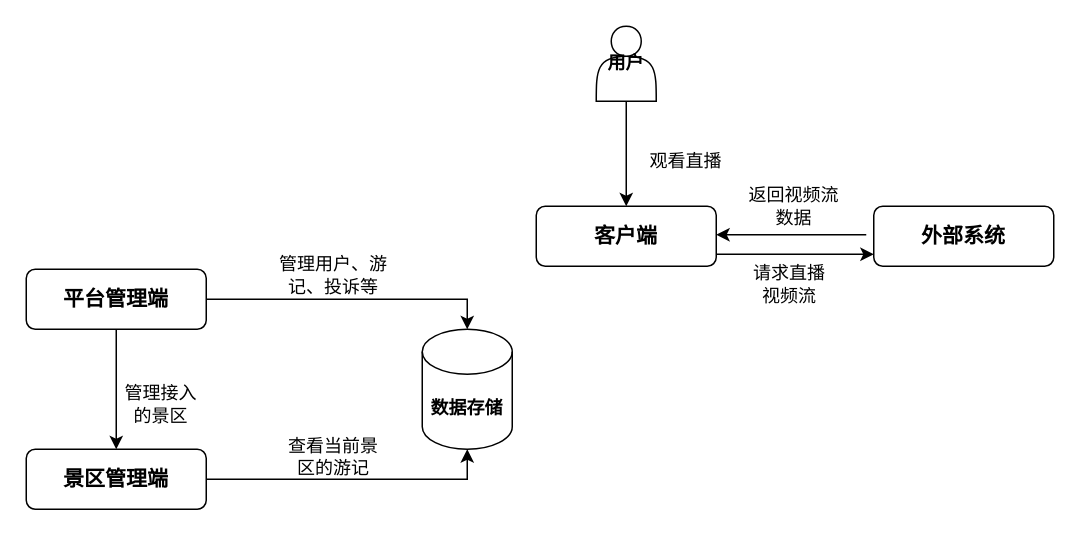
haycheng/draw.io keeps this draw.io diagram as 5G游记助手/游记助手系统数据流转.drawio. Above is the earlier version. Source tidied: cells renumbered, new cells numbered last; positions are measured from the earlier drawing's top-left corner, leaving out a move shared by most shapes. Both pictures are drawn from the tidied source at 150%, with x=0, y=0 at pixel (26, 26).
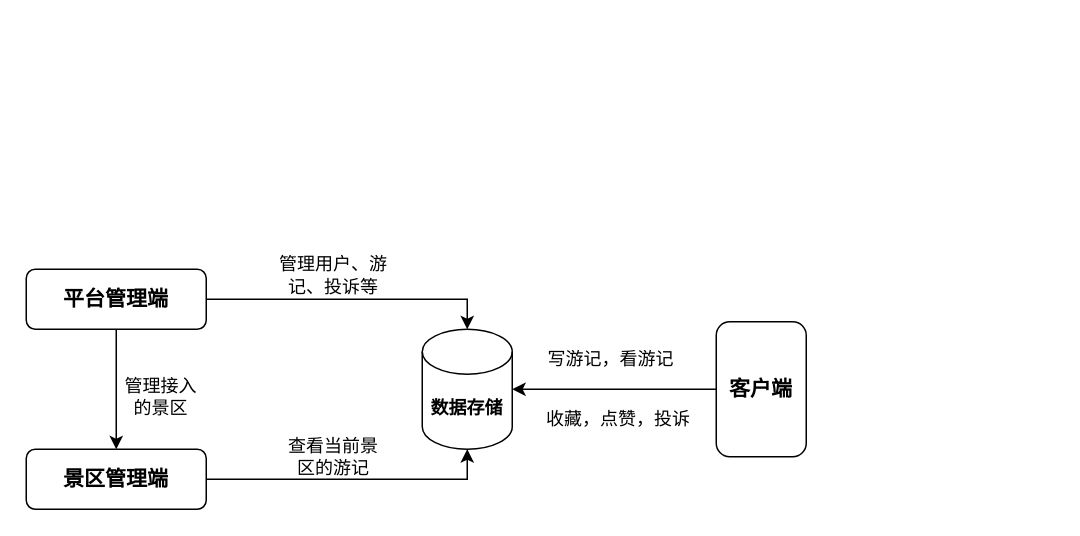
The same page after the edit.

Commit message (it also covers changes not shown here):
Update 游记助手系统数据流转.drawio

Unchanged cells that the change refers to:
```xml
<mxCell id="18" value="数据存储" style="shape=cylinder3;whiteSpace=wrap;html=1;boundedLbl=1;backgroundOutline=1;size=15;fontStyle=1;" parent="1" vertex="1">
  <mxGeometry x="264" y="202" width="60" height="80" as="geometry" />
</mxCell>
```

The edit, as a diff of the source:
```diff
@@
     <mxCell id="7" value="管理接入的景区" style="text;html=1;strokeColor=none;fillColor=none;align=center;verticalAlign=middle;whiteSpace=wrap;rounded=0;" parent="1" vertex="1">
-      <mxGeometry x="60" y="242" width="60" height="20" as="geometry" />
+      <mxGeometry x="60" y="237" width="60" height="20" as="geometry" />
     </mxCell>
-    <mxCell id="8" style="edgeStyle=orthogonalEdgeStyle;rounded=0;orthogonalLoop=1;jettySize=auto;html=1;entryX=0;entryY=0.5;entryDx=0;entryDy=0;" parent="1" edge="1">
-      <mxGeometry relative="1" as="geometry">
-        <mxPoint x="460" y="152" as="sourcePoint" />
-        <mxPoint x="565" y="152" as="targetPoint" />
-      </mxGeometry>
-    </mxCell>
+    <mxCell id="20" style="edgeStyle=orthogonalEdgeStyle;rounded=0;jettySize=auto;html=1;entryX=1;entryY=0.5;entryDx=0;entryDy=0;entryPerimeter=0;" parent="1" edge="1" source="9" target="18">
+      <mxGeometry relative="1" as="geometry" />
+    </mxCell>
     <mxCell id="9" value="&lt;font style=&quot;font-size: 14px&quot;&gt;客户端&lt;/font&gt;" style="rounded=1;whiteSpace=wrap;html=1;fontStyle=1;" parent="1" vertex="1">
-      <mxGeometry x="340" y="120" width="120" height="40" as="geometry" />
+      <mxGeometry x="460" y="197" width="60" height="90" as="geometry" />
     </mxCell>
@@
-    <mxCell id="11" style="edgeStyle=orthogonalEdgeStyle;rounded=0;jettySize=auto;html=1;entryX=0.5;entryY=0;entryDx=0;entryDy=0;" parent="1" edge="1" source="12" target="9">
-      <mxGeometry relative="1" as="geometry" />
-    </mxCell>
-    <mxCell id="12" value="&lt;b&gt;用户&lt;/b&gt;" style="shape=actor;whiteSpace=wrap;html=1;" parent="1" vertex="1">
-      <mxGeometry x="380" width="40" height="50" as="geometry" />
-    </mxCell>
-    <mxCell id="13" value="观看直播" style="text;html=1;strokeColor=none;fillColor=none;align=center;verticalAlign=middle;whiteSpace=wrap;rounded=0;" parent="1" vertex="1">
-      <mxGeometry x="410" y="80" width="60" height="20" as="geometry" />
-    </mxCell>
-    <mxCell id="14" value="&lt;font style=&quot;font-size: 14px&quot;&gt;外部系统&lt;/font&gt;" style="rounded=1;whiteSpace=wrap;html=1;fontStyle=1;" parent="1" vertex="1">
-      <mxGeometry x="565" y="120" width="120" height="40" as="geometry" />
-    </mxCell>
-    <mxCell id="15" value="请求直播视频流" style="text;html=1;strokeColor=none;fillColor=none;align=center;verticalAlign=middle;whiteSpace=wrap;rounded=0;" parent="1" vertex="1">
-      <mxGeometry x="479" y="162" width="60" height="20" as="geometry" />
-    </mxCell>
-    <mxCell id="16" style="endArrow=classic;html=1;" parent="1" edge="1">
-      <mxGeometry relative="1" as="geometry">
-        <mxPoint x="560" y="139" as="sourcePoint" />
-        <mxPoint x="460" y="139" as="targetPoint" />
-      </mxGeometry>
-    </mxCell>
-    <mxCell id="17" value="返回视频流数据" style="text;html=1;strokeColor=none;fillColor=none;align=center;verticalAlign=middle;whiteSpace=wrap;rounded=0;" parent="1" vertex="1">
-      <mxGeometry x="477" y="110" width="70" height="20" as="geometry" />
-    </mxCell>
@@
+    <mxCell id="21" value="写游记，看游记" style="text;html=1;strokeColor=none;fillColor=none;align=center;verticalAlign=middle;whiteSpace=wrap;rounded=0;" parent="1" vertex="1">
+      <mxGeometry x="345" y="212" width="90" height="20" as="geometry" />
+    </mxCell>
+    <mxCell id="22" value="收藏，点赞，投诉" style="text;html=1;strokeColor=none;fillColor=none;align=center;verticalAlign=middle;whiteSpace=wrap;rounded=0;" parent="1" vertex="1">
+      <mxGeometry x="345" y="252" width="100" height="20" as="geometry" />
+    </mxCell>
```
